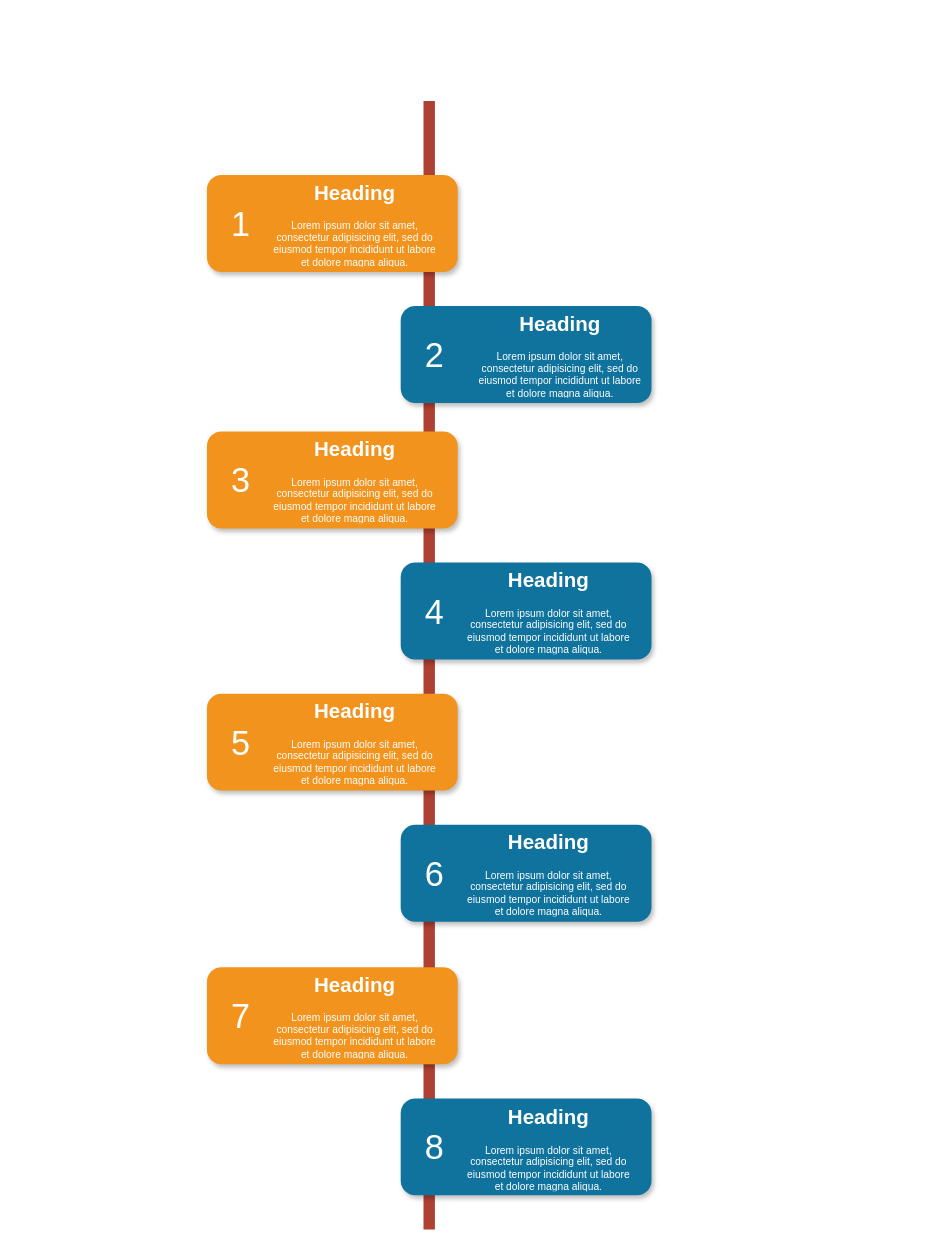
The draw.io diagram Untitled Diagram.drawio in awenjian/abcd-course, before the edit. Source tidied: cells renumbered, new cells numbered last; positions are measured from the earlier drawing's top-left corner, leaving out a move shared by most shapes. Both pictures are drawn from the tidied source at 114%, with x=0, y=0 at pixel (206, 100).
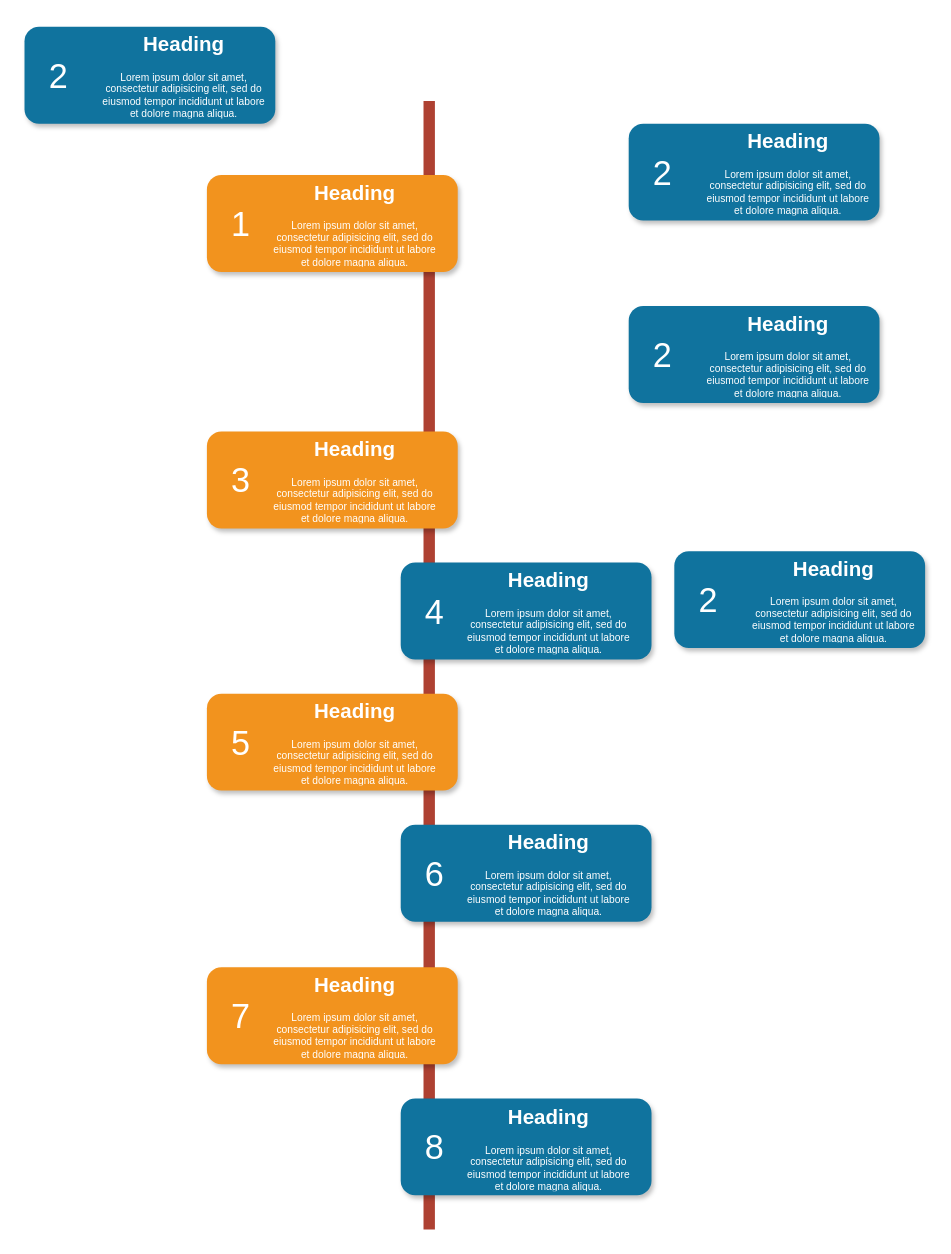
Above is the later version.

Change to the diagram source:
```diff
@@
     <mxCell id="5" style="rounded=1;whiteSpace=wrap;html=1;strokeColor=none;strokeWidth=1;fillColor=#10739E;fontSize=13;fontColor=#FFFFFF;align=center;gradientColor=none;gradientDirection=east;verticalAlign=top;shadow=1;" parent="1" vertex="1">
-      <mxGeometry x="170" y="180" width="220" height="85" as="geometry" />
+      <mxGeometry x="370" y="20" width="220" height="85" as="geometry" />
     </mxCell>
     <mxCell id="6" value="2" style="text;html=1;strokeColor=none;fillColor=none;align=center;verticalAlign=middle;whiteSpace=wrap;fontSize=30;fontColor=#FFFFFF;" parent="1" vertex="1">
-      <mxGeometry x="180" y="213" width="40" height="20" as="geometry" />
+      <mxGeometry x="380" y="53" width="40" height="20" as="geometry" />
     </mxCell>
@@
     <mxCell id="20" value="&lt;h1&gt;Heading&lt;/h1&gt;&lt;p&gt;Lorem ipsum dolor sit amet, consectetur adipisicing elit, sed do eiusmod tempor incididunt ut labore et dolore magna aliqua.&lt;/p&gt;" style="text;html=1;spacing=5;spacingTop=-20;whiteSpace=wrap;overflow=hidden;strokeColor=none;strokeWidth=4;fillColor=none;gradientColor=#007FFF;fontSize=9;fontColor=#FFFFFF;align=center;" parent="1" vertex="1">
-      <mxGeometry x="230" y="184" width="160" height="77" as="geometry" />
+      <mxGeometry x="430" y="24" width="160" height="77" as="geometry" />
     </mxCell>
@@
+    <mxCell id="27" style="rounded=1;whiteSpace=wrap;html=1;strokeColor=none;strokeWidth=1;fillColor=#10739E;fontSize=13;fontColor=#FFFFFF;align=center;gradientColor=none;gradientDirection=east;verticalAlign=top;shadow=1;" parent="1" vertex="1">
+      <mxGeometry x="370" y="180" width="220" height="85" as="geometry" />
+    </mxCell>
+    <mxCell id="28" value="2" style="text;html=1;strokeColor=none;fillColor=none;align=center;verticalAlign=middle;whiteSpace=wrap;fontSize=30;fontColor=#FFFFFF;" parent="1" vertex="1">
+      <mxGeometry x="380" y="213" width="40" height="20" as="geometry" />
+    </mxCell>
+    <mxCell id="29" value="&lt;h1&gt;Heading&lt;/h1&gt;&lt;p&gt;Lorem ipsum dolor sit amet, consectetur adipisicing elit, sed do eiusmod tempor incididunt ut labore et dolore magna aliqua.&lt;/p&gt;" style="text;html=1;spacing=5;spacingTop=-20;whiteSpace=wrap;overflow=hidden;strokeColor=none;strokeWidth=4;fillColor=none;gradientColor=#007FFF;fontSize=9;fontColor=#FFFFFF;align=center;" parent="1" vertex="1">
+      <mxGeometry x="430" y="184" width="160" height="77" as="geometry" />
+    </mxCell>
+    <mxCell id="30" style="rounded=1;whiteSpace=wrap;html=1;strokeColor=none;strokeWidth=1;fillColor=#10739E;fontSize=13;fontColor=#FFFFFF;align=center;gradientColor=none;gradientDirection=east;verticalAlign=top;shadow=1;" parent="1" vertex="1">
+      <mxGeometry x="410" y="395" width="220" height="85" as="geometry" />
+    </mxCell>
+    <mxCell id="31" value="2" style="text;html=1;strokeColor=none;fillColor=none;align=center;verticalAlign=middle;whiteSpace=wrap;fontSize=30;fontColor=#FFFFFF;" parent="1" vertex="1">
+      <mxGeometry x="420" y="428" width="40" height="20" as="geometry" />
+    </mxCell>
+    <mxCell id="32" value="&lt;h1&gt;Heading&lt;/h1&gt;&lt;p&gt;Lorem ipsum dolor sit amet, consectetur adipisicing elit, sed do eiusmod tempor incididunt ut labore et dolore magna aliqua.&lt;/p&gt;" style="text;html=1;spacing=5;spacingTop=-20;whiteSpace=wrap;overflow=hidden;strokeColor=none;strokeWidth=4;fillColor=none;gradientColor=#007FFF;fontSize=9;fontColor=#FFFFFF;align=center;" parent="1" vertex="1">
+      <mxGeometry x="470" y="399" width="160" height="77" as="geometry" />
+    </mxCell>
+    <mxCell id="33" style="rounded=1;whiteSpace=wrap;html=1;strokeColor=none;strokeWidth=1;fillColor=#10739E;fontSize=13;fontColor=#FFFFFF;align=center;gradientColor=none;gradientDirection=east;verticalAlign=top;shadow=1;" parent="1" vertex="1">
+      <mxGeometry x="-160" y="-65" width="220" height="85" as="geometry" />
+    </mxCell>
+    <mxCell id="34" value="2" style="text;html=1;strokeColor=none;fillColor=none;align=center;verticalAlign=middle;whiteSpace=wrap;fontSize=30;fontColor=#FFFFFF;" parent="1" vertex="1">
+      <mxGeometry x="-150" y="-32" width="40" height="20" as="geometry" />
+    </mxCell>
+    <mxCell id="35" value="&lt;h1&gt;Heading&lt;/h1&gt;&lt;p&gt;Lorem ipsum dolor sit amet, consectetur adipisicing elit, sed do eiusmod tempor incididunt ut labore et dolore magna aliqua.&lt;/p&gt;" style="text;html=1;spacing=5;spacingTop=-20;whiteSpace=wrap;overflow=hidden;strokeColor=none;strokeWidth=4;fillColor=none;gradientColor=#007FFF;fontSize=9;fontColor=#FFFFFF;align=center;" parent="1" vertex="1">
+      <mxGeometry x="-100" y="-61" width="160" height="77" as="geometry" />
+    </mxCell>
```
